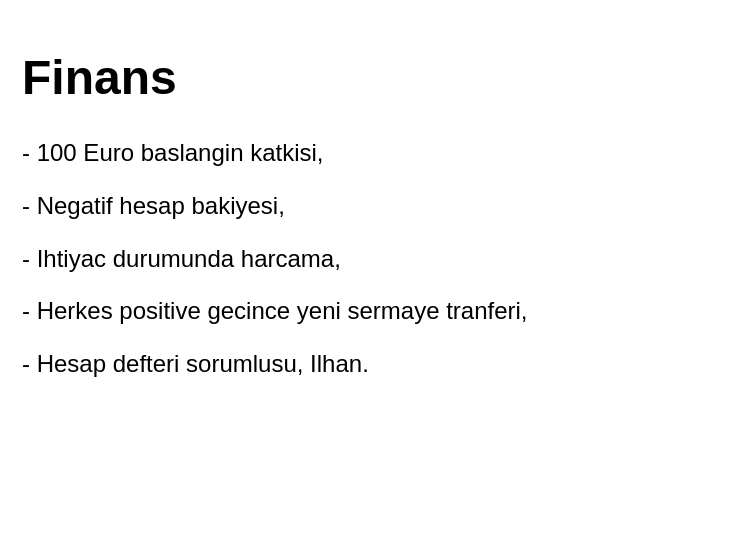
This is page "Finans" (3 of 4) of Untitled Diagram.drawio from dagistan-tuncbilek/ide-drawIO, a draw.io file, before an edit. Source tidied: cells renumbered, new cells numbered last; positions are measured from the earlier drawing's top-left corner, leaving out a move shared by most shapes. Both pictures are drawn from the tidied source at 100%, with x=0, y=0 at pixel (17, 27).
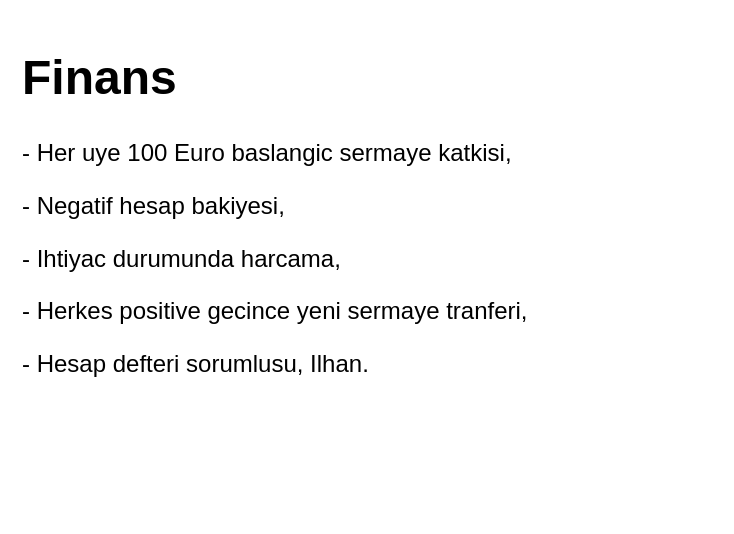
Above is the later version.

What changed in the source:
```diff
@@
 <mxGraphModel>
   <root>
     <mxCell id="0" />
     <mxCell id="1" parent="0" />
-    <mxCell id="2" value="&lt;h1&gt;Finans&lt;/h1&gt;&lt;p&gt;- 100 Euro baslangin katkisi,&lt;/p&gt;&lt;p&gt;- Negatif hesap bakiyesi, &lt;br&gt;&lt;/p&gt;&lt;p&gt;- Ihtiyac durumunda harcama,&lt;/p&gt;&lt;p&gt;- Herkes positive gecince yeni sermaye tranferi,&lt;/p&gt;&lt;p&gt;- Hesap defteri sorumlusu, Ilhan.&lt;br&gt;&lt;/p&gt;" style="text;html=1;strokeColor=none;fillColor=none;spacing=5;spacingTop=-20;whiteSpace=wrap;overflow=hidden;rounded=0;fontSize=24;verticalAlign=top;" parent="1" vertex="1">
+    <mxCell id="2" value="&lt;h1&gt;Finans&lt;/h1&gt;&lt;p&gt;- Her uye 100 Euro baslangic sermaye katkisi,&lt;/p&gt;&lt;p&gt;- Negatif hesap bakiyesi, &lt;br&gt;&lt;/p&gt;&lt;p&gt;- Ihtiyac durumunda harcama,&lt;/p&gt;&lt;p&gt;- Herkes positive gecince yeni sermaye tranferi,&lt;/p&gt;&lt;p&gt;- Hesap defteri sorumlusu, Ilhan.&lt;br&gt;&lt;/p&gt;" style="text;html=1;strokeColor=none;fillColor=none;spacing=5;spacingTop=-20;whiteSpace=wrap;overflow=hidden;rounded=0;fontSize=24;verticalAlign=top;" parent="1" vertex="1">
       <mxGeometry width="700" height="490" as="geometry" />
     </mxCell>
   </root>
 </mxGraphModel>
```
